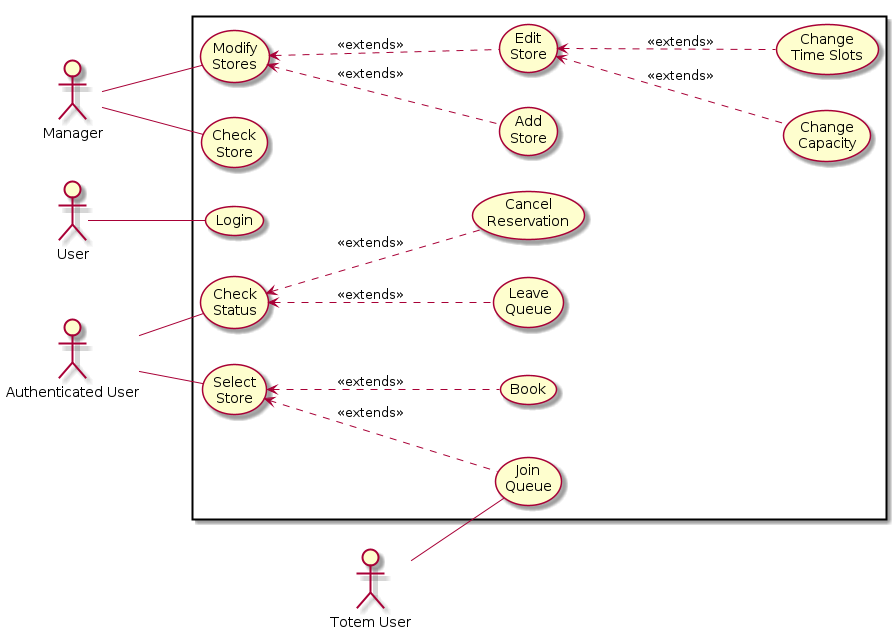
Above: RASD/uml/usecase.png in andreafra/Software-Engineering-2-Project-2021 (PlantUML), before the change.
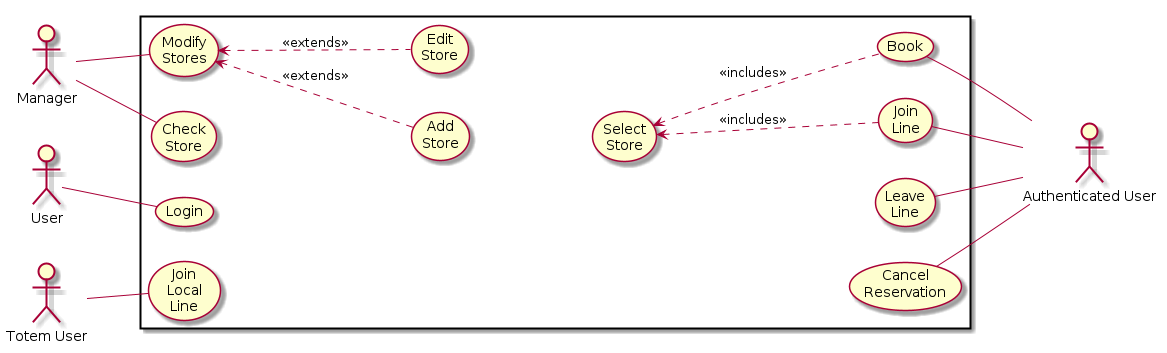
After the commit.

Commit message:
fix usecases and add new ones

What changed in the source:
```diff
@@ -10,19 +10,21 @@
 
     (Modify\nStores) <-[dashed]- (Add\nStore) : <<extends>>
     (Modify\nStores) <-[dashed]- (Edit\nStore) : <<extends>>
-    (Edit\nStore) <-[dashed]- (Change\nCapacity) : <<extends>>
-    (Edit\nStore) <-[dashed]- (Change\nTime Slots) : <<extends>>
 
     u -- (Login)
 
-    au -- (Check\nStatus)
-    au -- (Select\nStore)
-    (Check\nStatus) <-[dashed]- (Leave\nQueue) : <<extends>>
-    (Check\nStatus) <-[dashed]- (Cancel\nReservation) : <<extends>>
-    (Select\nStore) <-[dashed]- (Book) : <<extends>>
-    (Select\nStore) <-[dashed]- (Join\nQueue) : <<extends>>
+    (Book) -- au
+    (Join\nLine) -- au
+    (Leave\nLine) -- au
+    (Cancel\nReservation) -- au
+    (Select\nStore) <-[dashed]- (Book)  : <<includes>>
+    (Select\nStore) <-[dashed]- (Join\nLine)  : <<includes>>
 
-    tu -- (Join\nQueue)
+    (Add\nStore) -[hidden]- (Select\nStore)
+    (Select\nStore) -[hidden]- (Leave\nLine)
+    (Select\nStore) -[hidden]- (Cancel\nReservation)
+
+    tu -- (Join\nLocal\nLine)
 
 
 
```
